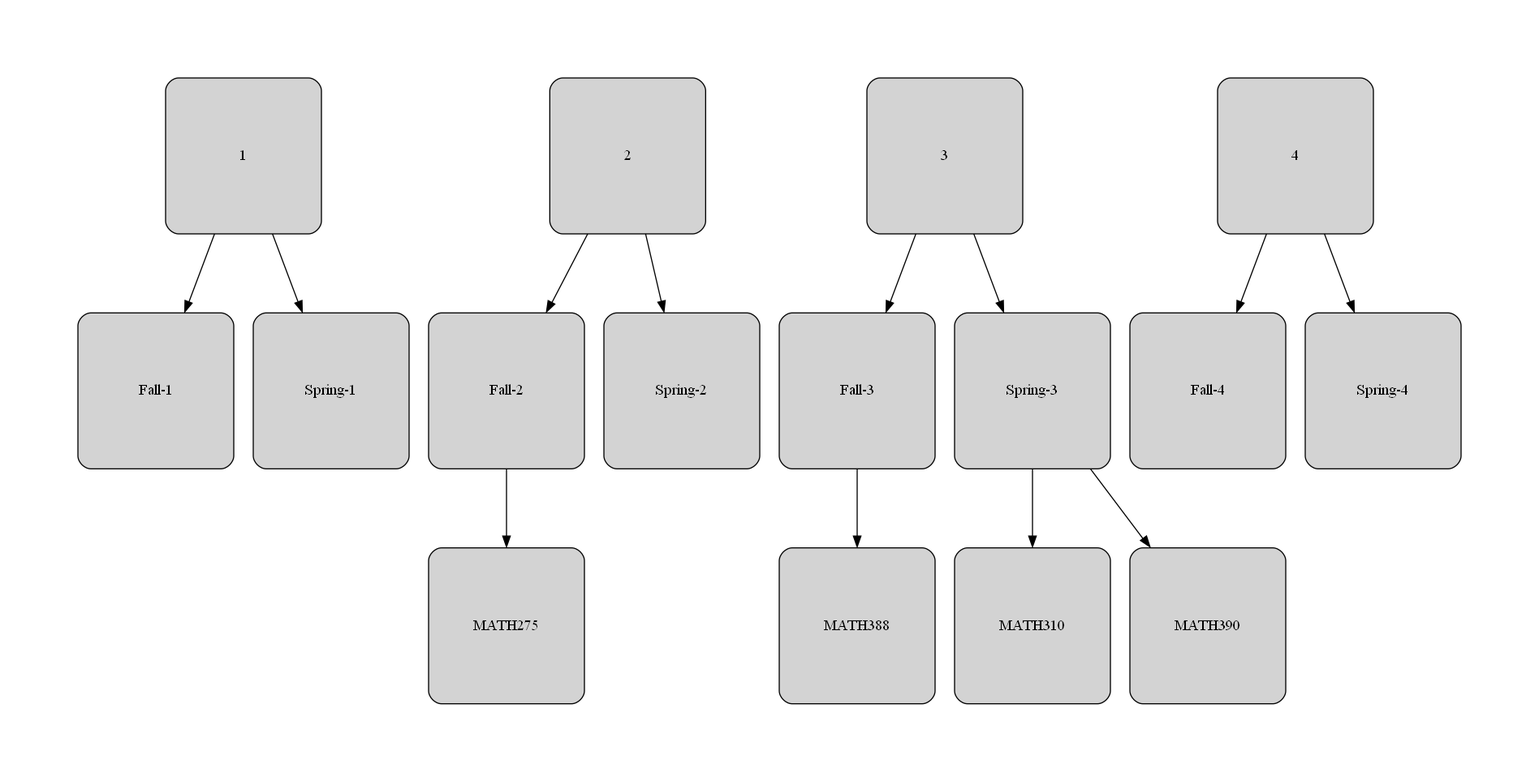
The Graphviz diagram ProvisoLaravel/public/images/minorgraph.png in badgerlaxman/ProViso2023, before a commit. Its source is kept beside it as ProvisoLaravel/public/dotfiles/minorgraph.dot. Source of this version:
```dot
digraph {
  graph [bgcolor="transparent" rankdir="TB" pad=1 compound="true" forcelabels="true"]
  node [shape="square" style="rounded,filled" width=2 fixedsize="shape"]
  edge [minlen=2]
  1 -> "Fall-1"
  1 -> "Spring-1"
  2 -> "Fall-2"
  2 -> "Spring-2"
  3 -> "Fall-3"
  3 -> "Spring-3"
  4 -> "Fall-4"
  4 -> "Spring-4"
  "Fall-2" -> "MATH275"
  "Spring-3" -> "MATH310"
  "Fall-3" -> "MATH388"
  "Spring-3" -> "MATH390"
}
```
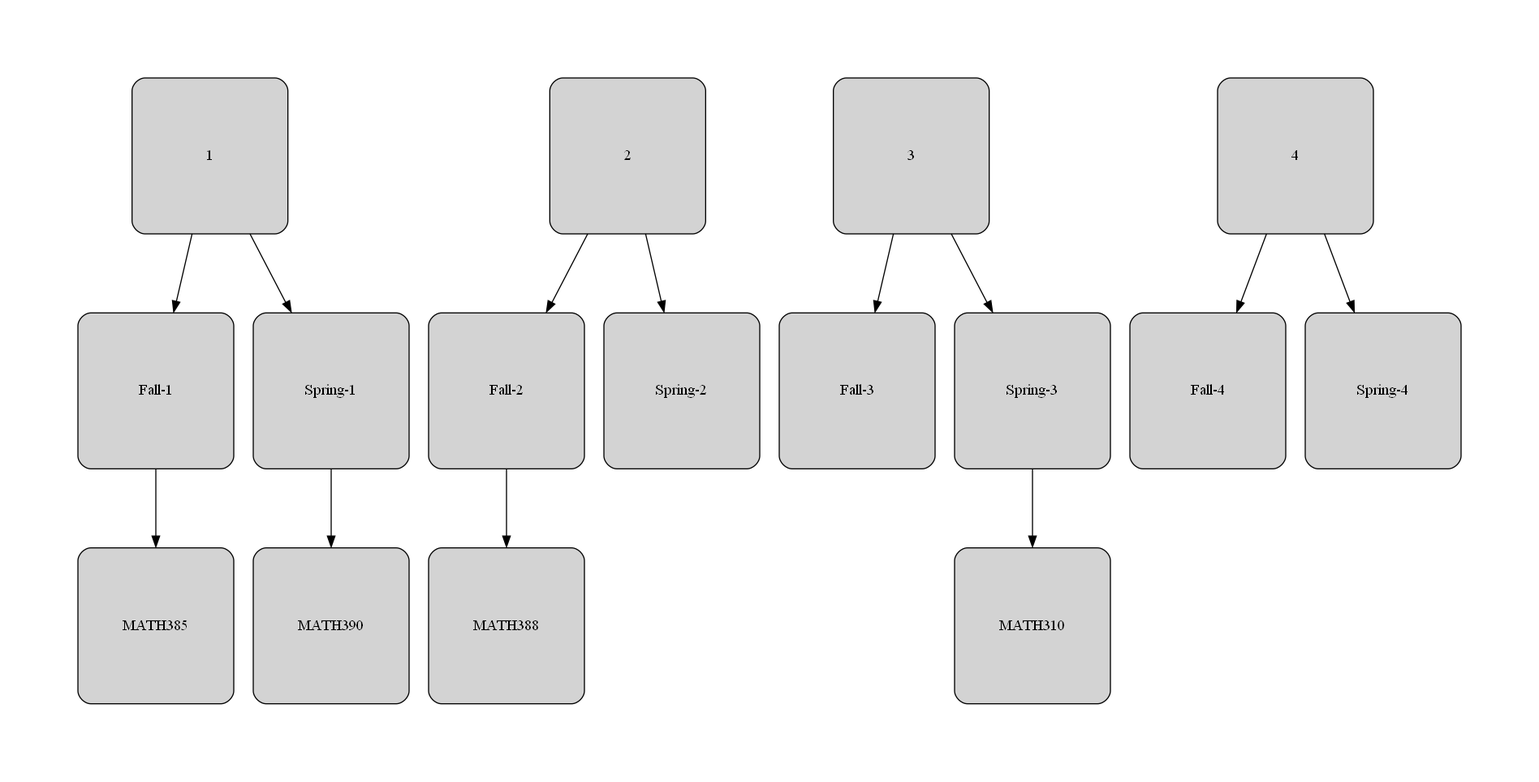
Later version of the same file.

The edit, as a diff of the source:
```diff
@@ -10,8 +10,8 @@
   3 -> "Spring-3"
   4 -> "Fall-4"
   4 -> "Spring-4"
-  "Fall-2" -> "MATH275"
+  "Fall-1" -> "MATH385"
+  "Spring-1" -> "MATH390"
+  "Fall-2" -> "MATH388"
   "Spring-3" -> "MATH310"
-  "Fall-3" -> "MATH388"
-  "Spring-3" -> "MATH390"
 }
```
